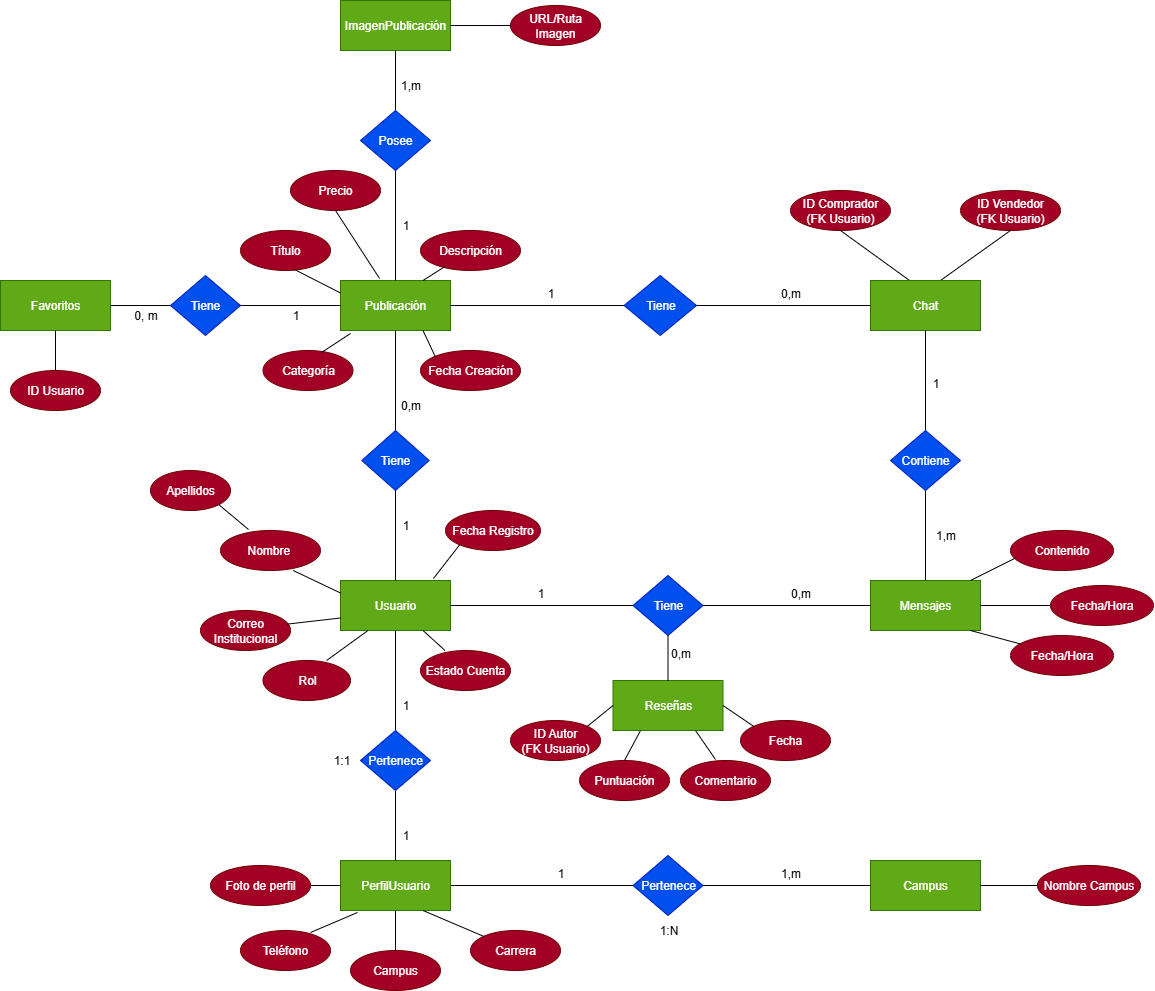
BenDDoSantos/UniMarket keeps this draw.io diagram as diagrams/Diagrama_entidad-relacion.png. Above is the earlier version. Source tidied: cells renumbered, new cells last; positions are measured from the earlier drawing's top-left corner, leaving out a move shared by most shapes.
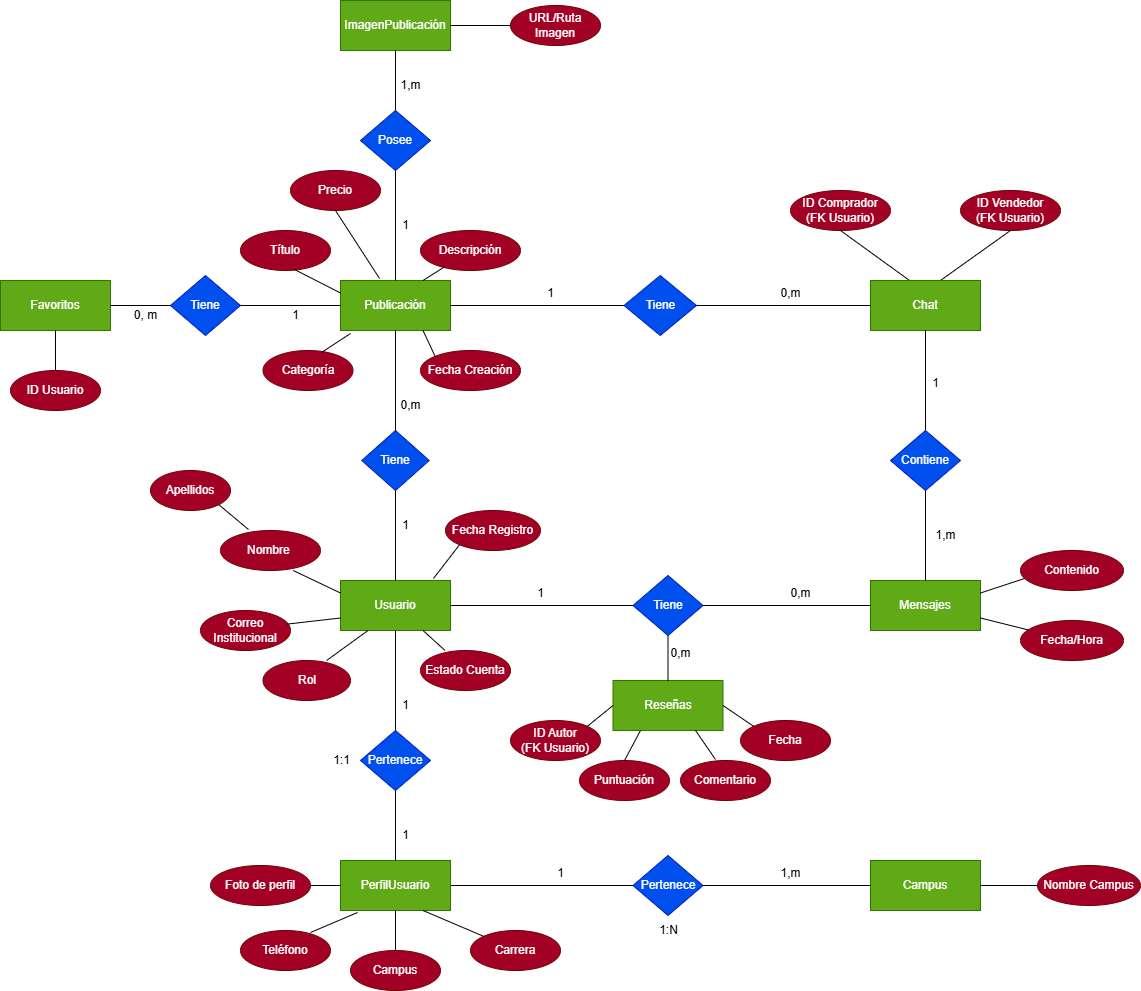
Above is the later version.

Commit message:
Mejoras en la carpeta "diagrams"

Diff of the diagram source:
```diff
@@ -60,17 +60,11 @@
       <mxGeometry x="870" y="860" width="110" height="50" as="geometry" />
     </mxCell>
     <mxCell id="21" value="Contenido" style="ellipse;whiteSpace=wrap;html=1;fillColor=#a20025;fontColor=#ffffff;strokeColor=#6F0000;" parent="1" vertex="1">
-      <mxGeometry x="1010" y="530" width="103" height="40" as="geometry" />
+      <mxGeometry x="1020" y="550" width="103" height="40" as="geometry" />
     </mxCell>
-    <mxCell id="22" value="Fecha/Hora" style="ellipse;whiteSpace=wrap;html=1;fillColor=#a20025;fontColor=#ffffff;strokeColor=#6F0000;" parent="1" vertex="1">
-      <mxGeometry x="1050" y="585" width="103" height="40" as="geometry" />
-    </mxCell>
-    <mxCell id="23" style="endArrow=none;html=1;rounded=0;exitX=0.909;exitY=0;exitDx=0;exitDy=0;entryX=0.039;entryY=0.7;entryDx=0;entryDy=0;exitPerimeter=0;entryPerimeter=0;" parent="1" edge="1" source="19" target="21">
+    <mxCell id="23" style="endArrow=none;html=1;rounded=0;exitX=1;exitY=0.25;exitDx=0;exitDy=0;entryX=0.039;entryY=0.7;entryDx=0;entryDy=0;entryPerimeter=0;" parent="1" edge="1" source="19" target="21">
       <mxGeometry relative="1" as="geometry" />
     </mxCell>
-    <mxCell id="24" style="endArrow=none;html=1;rounded=0;exitX=1;exitY=0.5;exitDx=0;exitDy=0;entryX=0;entryY=0.5;entryDx=0;entryDy=0;" parent="1" edge="1" source="19" target="22">
-      <mxGeometry relative="1" as="geometry" />
-    </mxCell>
     <mxCell id="25" style="endArrow=none;html=1;rounded=0;entryX=0.5;entryY=1;entryDx=0;entryDy=0;" parent="1" edge="1" source="19" target="73">
       <mxGeometry relative="1" as="geometry" />
     </mxCell>
@@ -263,9 +257,9 @@
       <mxGeometry relative="1" as="geometry" />
     </mxCell>
     <mxCell id="88" value="Fecha/Hora" style="ellipse;whiteSpace=wrap;html=1;fillColor=#a20025;fontColor=#ffffff;strokeColor=#6F0000;" parent="1" vertex="1">
-      <mxGeometry x="1010" y="635" width="103" height="40" as="geometry" />
+      <mxGeometry x="1020" y="620" width="103" height="40" as="geometry" />
     </mxCell>
-    <mxCell id="89" style="endArrow=none;html=1;rounded=0;entryX=0.909;entryY=1;entryDx=0;entryDy=0;entryPerimeter=0;" parent="1" edge="1" source="88" target="19">
+    <mxCell id="89" style="endArrow=none;html=1;rounded=0;entryX=1;entryY=0.75;entryDx=0;entryDy=0;" parent="1" edge="1" source="88" target="19">
       <mxGeometry relative="1" as="geometry" />
     </mxCell>
     <mxCell id="90" value="1,m" style="text;html=1;align=center;verticalAlign=middle;strokeColor=none;fillColor=none;" parent="1" vertex="1">
```
